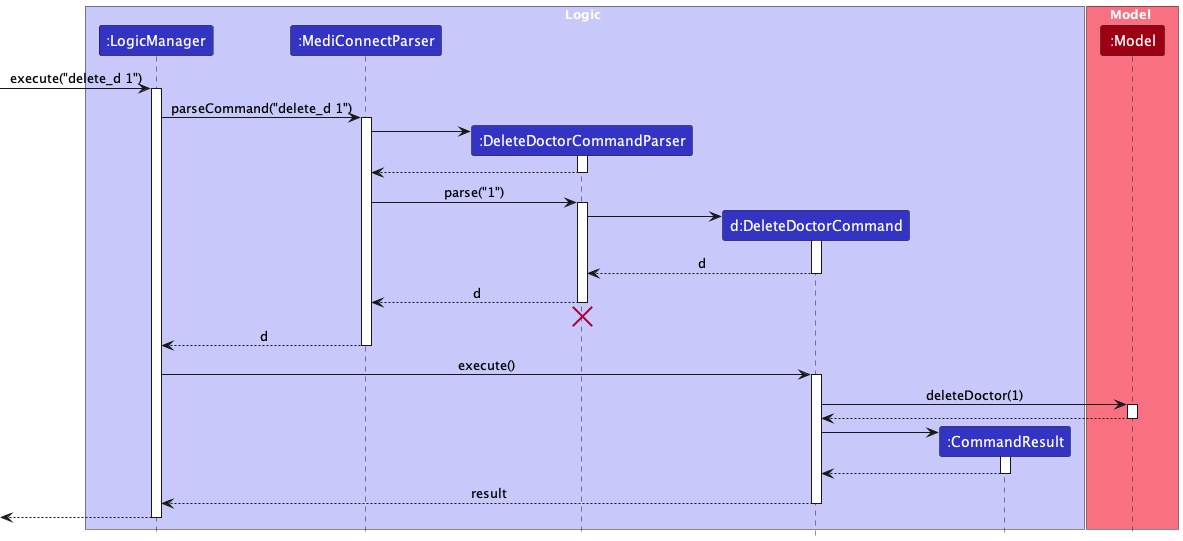
This is docs/images/DeleteDoctorSequenceDiagram.png from yanghengtang/tp, a PlantUML export, as it was before one commit.
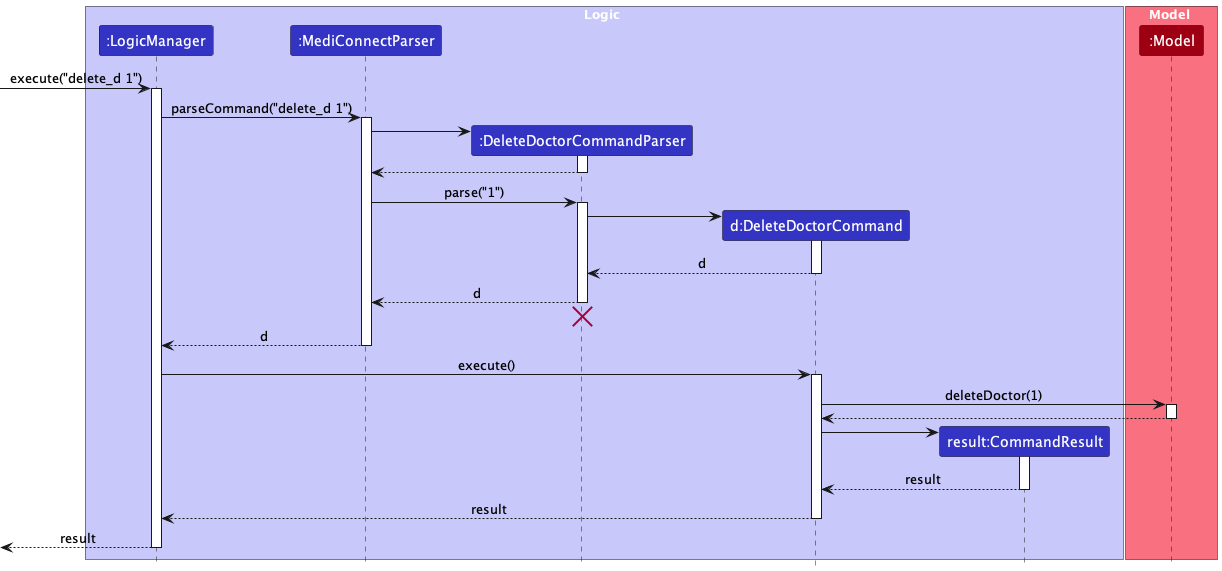
Later version of the same file.

Commit message:
Update Add/delete sequence diagrams in dg

Diff of the diagram source:
```diff
@@ -7,7 +7,7 @@
 participant ":MediConnectParser" as MediConnectParser LOGIC_COLOR
 participant ":DeleteDoctorCommandParser" as DeleteDoctorCommandParser LOGIC_COLOR
 participant "d:DeleteDoctorCommand" as DeleteDoctorCommand LOGIC_COLOR
-participant ":CommandResult" as CommandResult LOGIC_COLOR
+participant "result:CommandResult" as CommandResult LOGIC_COLOR
 end box
 
 box Model MODEL_COLOR_T1
@@ -58,12 +58,12 @@
 DeleteDoctorCommand -> CommandResult
 activate CommandResult
 
-CommandResult --> DeleteDoctorCommand
+CommandResult --> DeleteDoctorCommand : result
 deactivate CommandResult
 
 DeleteDoctorCommand --> LogicManager : result
 deactivate DeleteDoctorCommand
 
-[<--LogicManager
+[<--LogicManager : result
 deactivate LogicManager
 @enduml
```
